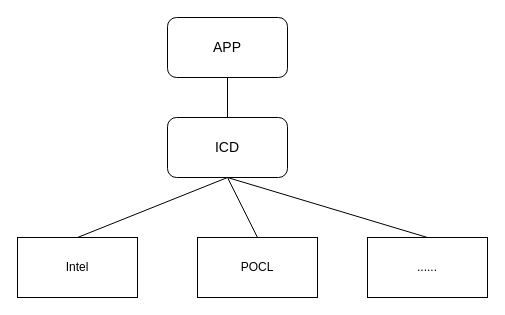
This is pocl-x86/APP_ICD_rel.drawio from dinyy/flow-chart, a draw.io file, before an edit. Source tidied: cells renumbered, new cells numbered last; positions are measured from the earlier drawing's top-left corner, leaving out a move shared by most shapes. Both pictures are drawn from the tidied source at 100%, with x=0, y=0 at pixel (17, 17).
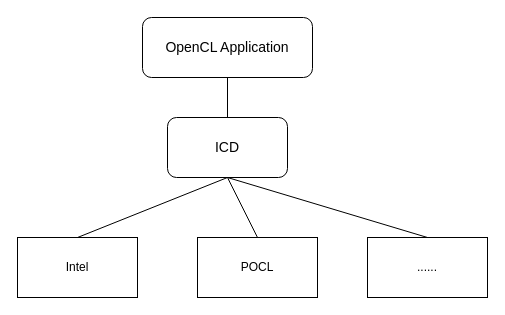
Above is the later version.

Change to the diagram source:
```diff
@@
 <mxGraphModel>
   <root>
     <mxCell id="0" />
     <mxCell id="1" parent="0" />
-    <mxCell id="2" value="&lt;font style=&quot;font-size: 14px;&quot;&gt;APP&lt;/font&gt;" style="rounded=1;whiteSpace=wrap;html=1;" parent="1" vertex="1">
-      <mxGeometry x="150" width="120" height="60" as="geometry" />
+    <mxCell id="2" value="&lt;span style=&quot;font-size: 14px;&quot;&gt;OpenCL Application&lt;/span&gt;" style="rounded=1;whiteSpace=wrap;html=1;" parent="1" vertex="1">
+      <mxGeometry x="125" width="170" height="60" as="geometry" />
     </mxCell>
     <mxCell id="3" value="&lt;font style=&quot;font-size: 14px;&quot;&gt;ICD&lt;/font&gt;" style="rounded=1;whiteSpace=wrap;html=1;" parent="1" vertex="1">
       <mxGeometry x="150" y="100" width="120" height="60" as="geometry" />
     </mxCell>
     <mxCell id="4" value="Intel" style="rounded=0;whiteSpace=wrap;html=1;" parent="1" vertex="1">
       <mxGeometry y="220" width="120" height="60" as="geometry" />
     </mxCell>
     <mxCell id="5" value="POCL" style="rounded=0;whiteSpace=wrap;html=1;" parent="1" vertex="1">
       <mxGeometry x="180" y="220" width="120" height="60" as="geometry" />
     </mxCell>
     <mxCell id="6" value="......" style="rounded=0;whiteSpace=wrap;html=1;" parent="1" vertex="1">
       <mxGeometry x="350" y="220" width="120" height="60" as="geometry" />
     </mxCell>
     <mxCell id="7" style="endArrow=none;html=1;rounded=0;entryX=0.5;entryY=1;entryDx=0;entryDy=0;" parent="1" edge="1" target="3">
       <mxGeometry relative="1" as="geometry">
         <mxPoint x="60" y="220" as="sourcePoint" />
       </mxGeometry>
     </mxCell>
     <mxCell id="8" style="endArrow=none;html=1;rounded=0;exitX=0.5;exitY=0;exitDx=0;exitDy=0;" parent="1" edge="1" source="5">
       <mxGeometry relative="1" as="geometry">
         <mxPoint x="210" y="160" as="targetPoint" />
       </mxGeometry>
     </mxCell>
     <mxCell id="9" style="endArrow=none;html=1;rounded=0;exitX=0.5;exitY=0;exitDx=0;exitDy=0;" parent="1" edge="1" source="6">
       <mxGeometry relative="1" as="geometry">
         <mxPoint x="210" y="160" as="targetPoint" />
       </mxGeometry>
     </mxCell>
     <mxCell id="10" style="endArrow=none;html=1;rounded=0;entryX=0.5;entryY=1;entryDx=0;entryDy=0;" parent="1" edge="1" source="3" target="2">
       <mxGeometry relative="1" as="geometry" />
     </mxCell>
   </root>
 </mxGraphModel>
```
